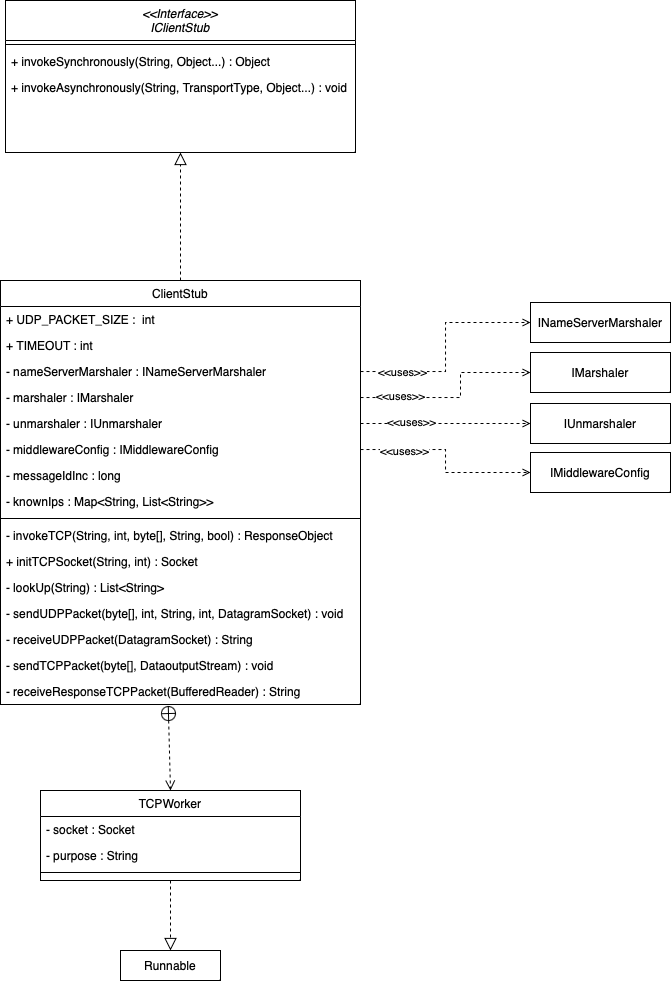
Earlier version of the draw.io export doku-middleware/ClientStub-ClassDiagramm.drawio.png (PrismFox/tron-game). Source tidied: cells renumbered, new cells last; positions are measured from the earlier drawing's top-left corner, leaving out a move shared by most shapes. Its diagram source:
```xml
<mxGraphModel>
  <root>
    <mxCell id="0" />
    <mxCell id="1" parent="0" />
    <mxCell id="2" value="&lt;&lt;Interface&gt;&gt;&#10;IClientStub" style="swimlane;fontStyle=2;align=center;verticalAlign=top;horizontal=1;startSize=40;rounded=0;shadow=0;strokeWidth=1;" parent="1" vertex="1">
      <mxGeometry x="5" width="350" height="152" as="geometry" />
    </mxCell>
    <mxCell id="3" style="line;html=1;strokeWidth=1;align=left;verticalAlign=middle;spacingTop=-1;spacingLeft=3;spacingRight=3;labelPosition=right;" parent="2" vertex="1">
      <mxGeometry y="40" width="350" height="8" as="geometry" />
    </mxCell>
    <mxCell id="4" value="+ invokeSynchronously(String, Object...) : Object" style="text;align=left;verticalAlign=top;spacingLeft=4;spacingRight=4;overflow=hidden;" parent="2" vertex="1">
      <mxGeometry y="48" width="350" height="26" as="geometry" />
    </mxCell>
    <mxCell id="5" value="+ invokeAsynchronously(String, TransportType, Object...) : void" style="text;align=left;verticalAlign=top;spacingLeft=4;spacingRight=4;overflow=hidden;" parent="2" vertex="1">
      <mxGeometry y="74" width="350" height="26" as="geometry" />
    </mxCell>
    <mxCell id="6" value="ClientStub" style="swimlane;fontStyle=0;align=center;verticalAlign=top;horizontal=1;startSize=26;rounded=0;shadow=0;strokeWidth=1;" parent="1" vertex="1">
      <mxGeometry y="280" width="360" height="424" as="geometry" />
    </mxCell>
    <mxCell id="7" value="+ UDP_PACKET_SIZE :  int" style="text;align=left;verticalAlign=top;spacingLeft=4;spacingRight=4;overflow=hidden;" parent="6" vertex="1">
      <mxGeometry y="26" width="360" height="26" as="geometry" />
    </mxCell>
    <mxCell id="8" value="+ TIMEOUT : int" style="text;align=left;verticalAlign=top;spacingLeft=4;spacingRight=4;overflow=hidden;" parent="6" vertex="1">
      <mxGeometry y="52" width="360" height="26" as="geometry" />
    </mxCell>
    <mxCell id="9" value="- nameServerMarshaler : INameServerMarshaler" style="text;align=left;verticalAlign=top;spacingLeft=4;spacingRight=4;overflow=hidden;points=[[0,0.5],[1,0.5]];portConstraint=eastwest;" parent="6" vertex="1">
      <mxGeometry y="78" width="360" height="26" as="geometry" />
    </mxCell>
    <mxCell id="10" value="- marshaler : IMarshaler" style="text;align=left;verticalAlign=top;spacingLeft=4;spacingRight=4;overflow=hidden;points=[[0,0.5],[1,0.5]];portConstraint=eastwest;" parent="6" vertex="1">
      <mxGeometry y="104" width="360" height="26" as="geometry" />
    </mxCell>
    <mxCell id="11" value="- unmarshaler : IUnmarshaler" style="text;align=left;verticalAlign=top;spacingLeft=4;spacingRight=4;overflow=hidden;points=[[0,0.5],[1,0.5]];portConstraint=eastwest;" parent="6" vertex="1">
      <mxGeometry y="130" width="360" height="26" as="geometry" />
    </mxCell>
    <mxCell id="12" value="- middlewareConfig : IMiddlewareConfig" style="text;align=left;verticalAlign=top;spacingLeft=4;spacingRight=4;overflow=hidden;points=[[0,0.5],[1,0.5]];portConstraint=eastwest;" parent="6" vertex="1">
      <mxGeometry y="156" width="360" height="26" as="geometry" />
    </mxCell>
    <mxCell id="13" value="- messageIdInc : long" style="text;align=left;verticalAlign=top;spacingLeft=4;spacingRight=4;overflow=hidden;" parent="6" vertex="1">
      <mxGeometry y="182" width="360" height="26" as="geometry" />
    </mxCell>
    <mxCell id="14" value="- knownIps : Map&lt;String, List&lt;String&gt;&gt;" style="text;align=left;verticalAlign=top;spacingLeft=4;spacingRight=4;overflow=hidden;" parent="6" vertex="1">
      <mxGeometry y="208" width="360" height="26" as="geometry" />
    </mxCell>
    <mxCell id="15" style="line;html=1;strokeWidth=1;align=left;verticalAlign=middle;spacingTop=-1;spacingLeft=3;spacingRight=3;labelPosition=right;" parent="6" vertex="1">
      <mxGeometry y="234" width="360" height="8" as="geometry" />
    </mxCell>
    <mxCell id="16" value="- invokeTCP(String, int, byte[], String, bool) : ResponseObject" style="text;align=left;verticalAlign=top;spacingLeft=4;spacingRight=4;overflow=hidden;" parent="6" vertex="1">
      <mxGeometry y="242" width="360" height="26" as="geometry" />
    </mxCell>
    <mxCell id="17" value="+ initTCPSocket(String, int) : Socket" style="text;align=left;verticalAlign=top;spacingLeft=4;spacingRight=4;overflow=hidden;" parent="6" vertex="1">
      <mxGeometry y="268" width="360" height="26" as="geometry" />
    </mxCell>
    <mxCell id="18" value="- lookUp(String) : List&lt;String&gt;" style="text;align=left;verticalAlign=top;spacingLeft=4;spacingRight=4;overflow=hidden;" parent="6" vertex="1">
      <mxGeometry y="294" width="360" height="26" as="geometry" />
    </mxCell>
    <mxCell id="19" value="- sendUDPPacket(byte[], int, String, int, DatagramSocket) : void" style="text;align=left;verticalAlign=top;spacingLeft=4;spacingRight=4;overflow=hidden;" parent="6" vertex="1">
      <mxGeometry y="320" width="360" height="26" as="geometry" />
    </mxCell>
    <mxCell id="20" value="- receiveUDPPacket(DatagramSocket) : String" style="text;align=left;verticalAlign=top;spacingLeft=4;spacingRight=4;overflow=hidden;" parent="6" vertex="1">
      <mxGeometry y="346" width="360" height="26" as="geometry" />
    </mxCell>
    <mxCell id="21" value="- sendTCPPacket(byte[], DataoutputStream) : void" style="text;align=left;verticalAlign=top;spacingLeft=4;spacingRight=4;overflow=hidden;" parent="6" vertex="1">
      <mxGeometry y="372" width="360" height="26" as="geometry" />
    </mxCell>
    <mxCell id="22" value="- receiveResponseTCPPacket(BufferedReader) : String" style="text;align=left;verticalAlign=top;spacingLeft=4;spacingRight=4;overflow=hidden;points=[[0,0.5],[1,0.5]];portConstraint=eastwest;" parent="6" vertex="1">
      <mxGeometry y="398" width="360" height="26" as="geometry" />
    </mxCell>
    <mxCell id="23" style="endArrow=block;endSize=10;endFill=0;shadow=0;strokeWidth=1;rounded=0;edgeStyle=elbowEdgeStyle;elbow=vertical;dashed=1;" parent="1" edge="1" source="6" target="2">
      <mxGeometry relative="1" as="geometry" />
    </mxCell>
    <mxCell id="24" value="INameServerMarshaler" style="rounded=0;whiteSpace=wrap;html=1;" parent="1" vertex="1">
      <mxGeometry x="530" y="302" width="140" height="40" as="geometry" />
    </mxCell>
    <mxCell id="25" value="IMarshaler" style="rounded=0;whiteSpace=wrap;html=1;" parent="1" vertex="1">
      <mxGeometry x="530" y="352" width="140" height="40" as="geometry" />
    </mxCell>
    <mxCell id="26" value="IUnmarshaler" style="rounded=0;whiteSpace=wrap;html=1;" parent="1" vertex="1">
      <mxGeometry x="530" y="403" width="140" height="40" as="geometry" />
    </mxCell>
    <mxCell id="27" value="IMiddlewareConfig" style="rounded=0;whiteSpace=wrap;html=1;" parent="1" vertex="1">
      <mxGeometry x="530" y="452" width="140" height="40" as="geometry" />
    </mxCell>
    <mxCell id="28" style="edgeStyle=orthogonalEdgeStyle;rounded=0;jettySize=auto;html=1;entryX=0;entryY=0.5;entryDx=0;entryDy=0;dashed=1;endArrow=open;endFill=0;" parent="1" edge="1" source="9" target="24">
      <mxGeometry relative="1" as="geometry" />
    </mxCell>
    <mxCell id="29" value="&amp;lt;&amp;lt;uses&amp;gt;&amp;gt;" style="edgeLabel;html=1;align=center;verticalAlign=middle;" parent="28" vertex="1">
      <mxGeometry x="-0.62" y="-1" relative="1" as="geometry" />
    </mxCell>
    <mxCell id="30" style="edgeStyle=orthogonalEdgeStyle;rounded=0;jettySize=auto;html=1;entryX=0;entryY=0.5;entryDx=0;entryDy=0;dashed=1;endArrow=open;endFill=0;" parent="1" edge="1" source="10" target="25">
      <mxGeometry relative="1" as="geometry">
        <Array as="points">
          <mxPoint x="460" y="397" />
          <mxPoint x="460" y="372" />
        </Array>
      </mxGeometry>
    </mxCell>
    <mxCell id="31" value="&amp;lt;&amp;lt;uses&amp;gt;&amp;gt;" style="edgeLabel;html=1;align=center;verticalAlign=middle;" parent="30" vertex="1">
      <mxGeometry x="-0.6" y="1" relative="1" as="geometry" />
    </mxCell>
    <mxCell id="32" style="edgeStyle=orthogonalEdgeStyle;rounded=0;jettySize=auto;html=1;entryX=0;entryY=0.5;entryDx=0;entryDy=0;dashed=1;endArrow=open;endFill=0;" parent="1" edge="1" source="11" target="26">
      <mxGeometry relative="1" as="geometry" />
    </mxCell>
    <mxCell id="33" value="&amp;lt;&amp;lt;uses&amp;gt;&amp;gt;" style="edgeLabel;html=1;align=center;verticalAlign=middle;" parent="32" vertex="1">
      <mxGeometry x="-0.4" y="1" relative="1" as="geometry" />
    </mxCell>
    <mxCell id="34" style="edgeStyle=orthogonalEdgeStyle;rounded=0;jettySize=auto;html=1;entryX=0;entryY=0.5;entryDx=0;entryDy=0;dashed=1;endArrow=open;endFill=0;" parent="1" edge="1" source="12" target="27">
      <mxGeometry relative="1" as="geometry" />
    </mxCell>
    <mxCell id="35" value="&amp;lt;&amp;lt;uses&amp;gt;&amp;gt;" style="edgeLabel;html=1;align=center;verticalAlign=middle;" parent="34" vertex="1">
      <mxGeometry x="-0.55" y="-2" relative="1" as="geometry" />
    </mxCell>
    <mxCell id="36" value="TCPWorker" style="swimlane;fontStyle=0;align=center;verticalAlign=top;horizontal=1;startSize=26;rounded=0;shadow=0;strokeWidth=1;" parent="1" vertex="1">
      <mxGeometry x="40" y="790" width="260" height="90" as="geometry" />
    </mxCell>
    <mxCell id="37" value="- socket : Socket" style="text;align=left;verticalAlign=top;spacingLeft=4;spacingRight=4;overflow=hidden;" parent="36" vertex="1">
      <mxGeometry y="26" width="260" height="26" as="geometry" />
    </mxCell>
    <mxCell id="38" value="- purpose : String " style="text;align=left;verticalAlign=top;spacingLeft=4;spacingRight=4;overflow=hidden;" parent="36" vertex="1">
      <mxGeometry y="52" width="260" height="26" as="geometry" />
    </mxCell>
    <mxCell id="39" style="line;html=1;strokeWidth=1;align=left;verticalAlign=middle;spacingTop=-1;spacingLeft=3;spacingRight=3;labelPosition=right;" parent="36" vertex="1">
      <mxGeometry y="78" width="260" height="8" as="geometry" />
    </mxCell>
    <mxCell id="40" style="endArrow=open;startArrow=circlePlus;endFill=0;startFill=0;endSize=8;html=1;rounded=0;dashed=1;entryX=0.5;entryY=0;entryDx=0;entryDy=0;exitX=0.466;exitY=1.04;exitDx=0;exitDy=0;exitPerimeter=0;" parent="1" edge="1" source="22" target="36">
      <mxGeometry relative="1" as="geometry" />
    </mxCell>
    <mxCell id="41" value="Runnable" style="rounded=0;whiteSpace=wrap;html=1;" parent="1" vertex="1">
      <mxGeometry x="120" y="950" width="100" height="30" as="geometry" />
    </mxCell>
    <mxCell id="42" style="endArrow=block;endSize=10;endFill=0;shadow=0;strokeWidth=1;rounded=0;edgeStyle=elbowEdgeStyle;elbow=vertical;dashed=1;exitX=0.5;exitY=1;exitDx=0;exitDy=0;entryX=0.5;entryY=0;entryDx=0;entryDy=0;" parent="1" edge="1" source="36" target="41">
      <mxGeometry relative="1" as="geometry" />
    </mxCell>
  </root>
</mxGraphModel>
```
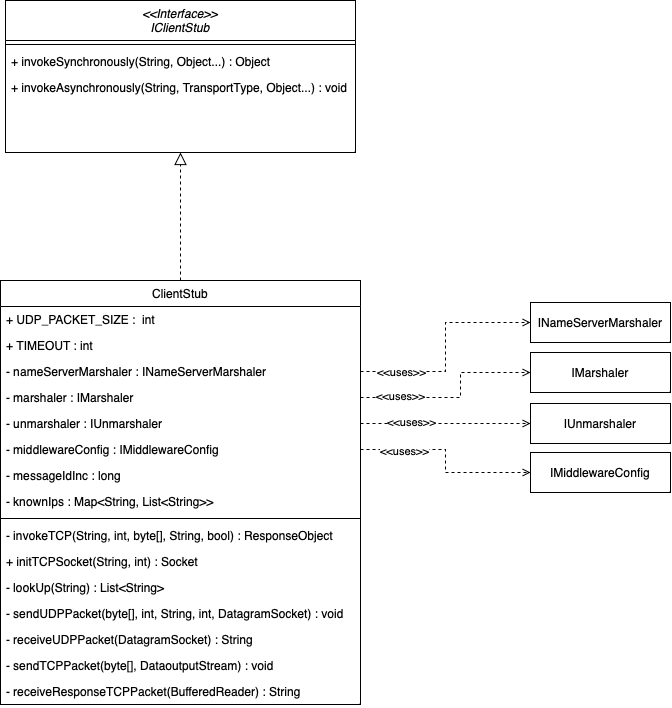
Above is the later version.

What changed in the source:
```diff
@@ -109,26 +109,5 @@
     <mxCell id="35" value="&amp;lt;&amp;lt;uses&amp;gt;&amp;gt;" style="edgeLabel;html=1;align=center;verticalAlign=middle;" parent="34" vertex="1">
       <mxGeometry x="-0.55" y="-2" relative="1" as="geometry" />
     </mxCell>
-    <mxCell id="36" value="TCPWorker" style="swimlane;fontStyle=0;align=center;verticalAlign=top;horizontal=1;startSize=26;rounded=0;shadow=0;strokeWidth=1;" parent="1" vertex="1">
-      <mxGeometry x="40" y="790" width="260" height="90" as="geometry" />
-    </mxCell>
-    <mxCell id="37" value="- socket : Socket" style="text;align=left;verticalAlign=top;spacingLeft=4;spacingRight=4;overflow=hidden;" parent="36" vertex="1">
-      <mxGeometry y="26" width="260" height="26" as="geometry" />
-    </mxCell>
-    <mxCell id="38" value="- purpose : String " style="text;align=left;verticalAlign=top;spacingLeft=4;spacingRight=4;overflow=hidden;" parent="36" vertex="1">
-      <mxGeometry y="52" width="260" height="26" as="geometry" />
-    </mxCell>
-    <mxCell id="39" style="line;html=1;strokeWidth=1;align=left;verticalAlign=middle;spacingTop=-1;spacingLeft=3;spacingRight=3;labelPosition=right;" parent="36" vertex="1">
-      <mxGeometry y="78" width="260" height="8" as="geometry" />
-    </mxCell>
-    <mxCell id="40" style="endArrow=open;startArrow=circlePlus;endFill=0;startFill=0;endSize=8;html=1;rounded=0;dashed=1;entryX=0.5;entryY=0;entryDx=0;entryDy=0;exitX=0.466;exitY=1.04;exitDx=0;exitDy=0;exitPerimeter=0;" parent="1" edge="1" source="22" target="36">
-      <mxGeometry relative="1" as="geometry" />
-    </mxCell>
-    <mxCell id="41" value="Runnable" style="rounded=0;whiteSpace=wrap;html=1;" parent="1" vertex="1">
-      <mxGeometry x="120" y="950" width="100" height="30" as="geometry" />
-    </mxCell>
-    <mxCell id="42" style="endArrow=block;endSize=10;endFill=0;shadow=0;strokeWidth=1;rounded=0;edgeStyle=elbowEdgeStyle;elbow=vertical;dashed=1;exitX=0.5;exitY=1;exitDx=0;exitDy=0;entryX=0.5;entryY=0;entryDx=0;entryDy=0;" parent="1" edge="1" source="36" target="41">
-      <mxGeometry relative="1" as="geometry" />
-    </mxCell>
   </root>
 </mxGraphModel>
```
